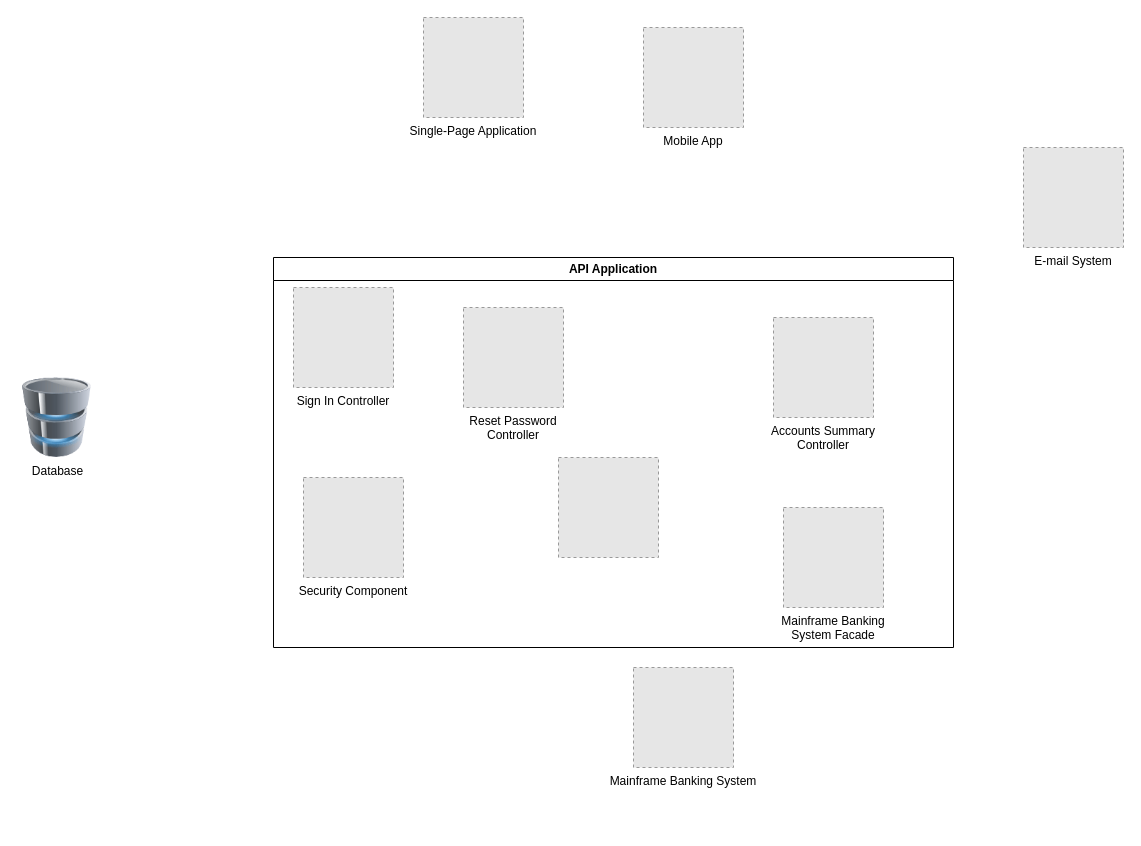
This is page "API Application Component Diagram" (3 of 4) of demos/internet-banking-system/internet-banking-system.drawio from Nasdanika-Models/architecture, a draw.io file, before an edit. Source tidied: cells renumbered, new cells numbered last; positions are measured from the earlier drawing's top-left corner, leaving out a move shared by most shapes. Both pictures are drawn from the tidied source at 100%, with x=0, y=0 at pixel (17, 17). Pictures stored in the file or linked from it are replaced by grey dashed boxes.
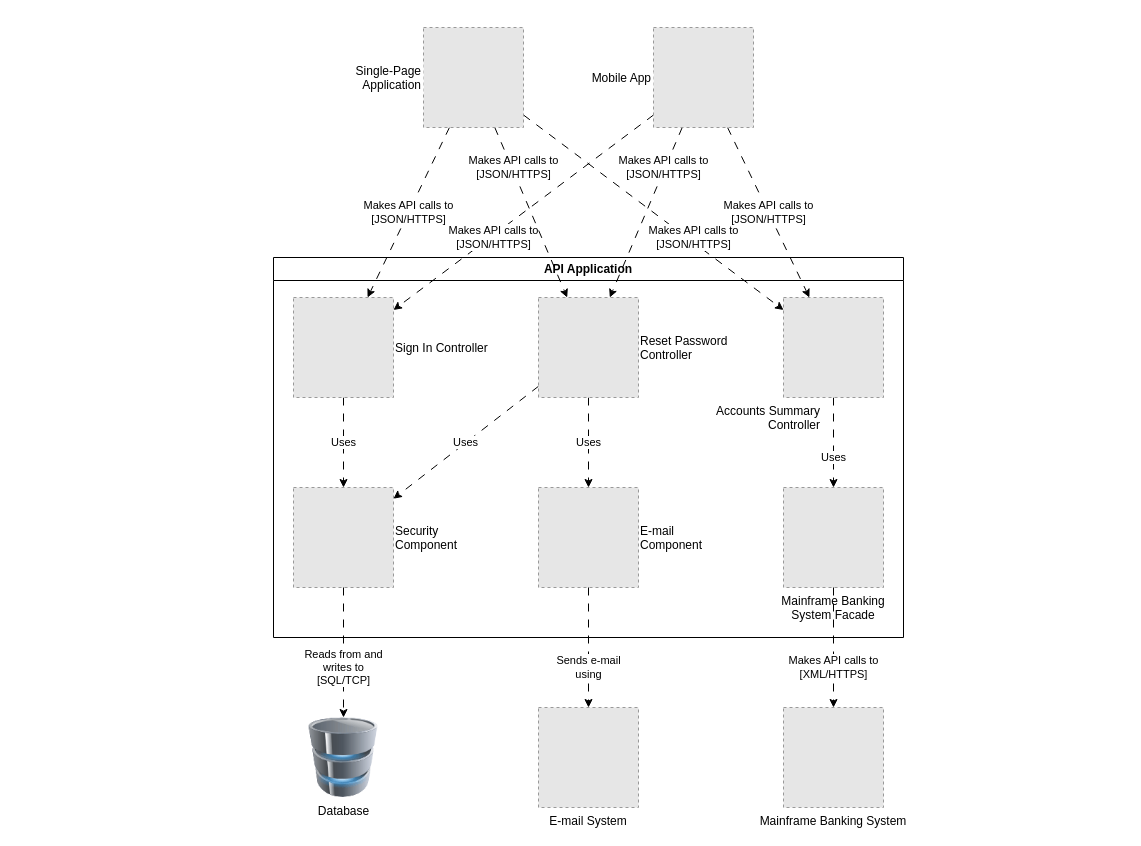
The same diagram, later.

Commit message:
All diagram elements, not doc or semntic id's yet

What changed in the source:
```diff
@@
     <mxCell id="2" value="Mainframe Banking System" style="fillColor=#E6E6E6;strokeColor=#999999;dashed=1;verticalLabelPosition=bottom;labelBackgroundColor=default;verticalAlign=top;" parent="1" vertex="1">
-      <mxGeometry x="616" y="650" width="100" height="100" as="geometry" />
+      <mxGeometry x="766" y="690" width="100" height="100" as="geometry" />
     </mxCell>
     <mxCell id="3" value="E-mail System" style="fillColor=#E6E6E6;strokeColor=#999999;dashed=1;verticalLabelPosition=bottom;labelBackgroundColor=default;verticalAlign=top;" parent="1" vertex="1">
-      <mxGeometry x="1006" y="130" width="100" height="100" as="geometry" />
+      <mxGeometry x="521" y="690" width="100" height="100" as="geometry" />
     </mxCell>
     <mxCell id="4" value="Database" style="image;html=1;image=img/lib/clip_art/computers/Database_128x128.png;" parent="1" vertex="1">
-      <mxGeometry x="-0.5" y="360" width="80" height="80" as="geometry" />
+      <mxGeometry x="286" y="700" width="80" height="80" as="geometry" />
     </mxCell>
     <mxCell id="5" value="API Application" style="swimlane;whiteSpace=wrap;html=1;" parent="1" vertex="1">
-      <mxGeometry x="256" y="240" width="680" height="390" as="geometry" />
+      <mxGeometry x="256" y="240" width="630" height="380" as="geometry" />
     </mxCell>
+    <mxCell id="14" value="Uses" style="edgeStyle=none;rounded=0;jettySize=auto;html=1;entryX=0.5;entryY=0;entryDx=0;entryDy=0;dashed=1;dashPattern=8 8;" parent="5" edge="1" source="6" target="8">
+      <mxGeometry relative="1" as="geometry" />
+    </mxCell>
-    <mxCell id="6" value="Sign In Controller" style="fillColor=#E6E6E6;strokeColor=#999999;dashed=1;verticalLabelPosition=bottom;labelBackgroundColor=default;verticalAlign=top;" parent="5" vertex="1">
-      <mxGeometry x="20" y="30" width="100" height="100" as="geometry" />
+    <mxCell id="6" value="Sign In Controller" style="fillColor=#E6E6E6;strokeColor=#999999;dashed=1;verticalLabelPosition=middle;labelBackgroundColor=default;verticalAlign=middle;labelPosition=right;align=left;" parent="5" vertex="1">
+      <mxGeometry x="20" y="40" width="100" height="100" as="geometry" />
     </mxCell>
     <mxCell id="7" value="Mainframe Banking&#10;System Facade" style="fillColor=#E6E6E6;strokeColor=#999999;dashed=1;verticalLabelPosition=bottom;labelBackgroundColor=default;verticalAlign=top;" parent="5" vertex="1">
-      <mxGeometry x="510" y="250" width="100" height="100" as="geometry" />
+      <mxGeometry x="510" y="230" width="100" height="100" as="geometry" />
     </mxCell>
-    <mxCell id="8" value="Security Component" style="fillColor=#E6E6E6;strokeColor=#999999;dashed=1;verticalLabelPosition=bottom;labelBackgroundColor=default;verticalAlign=top;" parent="5" vertex="1">
-      <mxGeometry x="30" y="220" width="100" height="100" as="geometry" />
+    <mxCell id="8" value="Security&#10;Component" style="fillColor=#E6E6E6;strokeColor=#999999;dashed=1;verticalLabelPosition=middle;labelBackgroundColor=default;verticalAlign=middle;labelPosition=right;align=left;" parent="5" vertex="1">
+      <mxGeometry x="20" y="230" width="100" height="100" as="geometry" />
     </mxCell>
+    <mxCell id="15" value="Uses" style="edgeStyle=none;rounded=0;jettySize=auto;html=1;dashed=1;dashPattern=8 8;" parent="5" edge="1" source="9" target="8">
+      <mxGeometry relative="1" as="geometry" />
+    </mxCell>
+    <mxCell id="16" value="Uses" style="edgeStyle=none;rounded=0;jettySize=auto;html=1;dashed=1;dashPattern=8 8;" parent="5" edge="1" source="9" target="11">
+      <mxGeometry relative="1" as="geometry" />
+    </mxCell>
-    <mxCell id="9" value="Reset Password&#10;Controller" style="fillColor=#E6E6E6;strokeColor=#999999;dashed=1;verticalLabelPosition=bottom;labelBackgroundColor=default;verticalAlign=top;" parent="5" vertex="1">
-      <mxGeometry x="190" y="50" width="100" height="100" as="geometry" />
+    <mxCell id="9" value="Reset Password&#10;Controller" style="fillColor=#E6E6E6;strokeColor=#999999;dashed=1;verticalLabelPosition=middle;labelBackgroundColor=default;verticalAlign=middle;labelPosition=right;align=left;" parent="5" vertex="1">
+      <mxGeometry x="265" y="40" width="100" height="100" as="geometry" />
     </mxCell>
+    <mxCell id="17" value="Uses" style="edgeStyle=none;rounded=0;jettySize=auto;html=1;dashed=1;dashPattern=8 8;" parent="5" edge="1" source="10" target="7">
+      <mxGeometry x="0.33" relative="1" as="geometry" />
+    </mxCell>
-    <mxCell id="10" value="Accounts Summary&#10;Controller" style="fillColor=#E6E6E6;strokeColor=#999999;dashed=1;verticalLabelPosition=bottom;labelBackgroundColor=default;verticalAlign=top;" parent="5" vertex="1">
-      <mxGeometry x="500" y="60" width="100" height="100" as="geometry" />
+    <mxCell id="10" value="Accounts Summary&#10;Controller" style="fillColor=#E6E6E6;strokeColor=#999999;dashed=1;verticalLabelPosition=bottom;labelBackgroundColor=default;verticalAlign=top;labelPosition=left;align=right;spacingLeft=0;spacingRight=-39;" parent="5" vertex="1">
+      <mxGeometry x="510" y="40" width="100" height="100" as="geometry" />
     </mxCell>
-    <mxCell id="11" style="fillColor=#E6E6E6;strokeColor=#999999;dashed=1;verticalLabelPosition=bottom;labelBackgroundColor=default;verticalAlign=top;" parent="5" vertex="1">
-      <mxGeometry x="285" y="200" width="100" height="100" as="geometry" />
+    <mxCell id="11" value="E-mail&#10;Component" style="fillColor=#E6E6E6;strokeColor=#999999;dashed=1;verticalLabelPosition=middle;labelBackgroundColor=default;verticalAlign=middle;labelPosition=right;align=left;" parent="5" vertex="1">
+      <mxGeometry x="265" y="230" width="100" height="100" as="geometry" />
     </mxCell>
+    <mxCell id="18" value="Makes API calls to&lt;br&gt;[JSON/HTTPS]" style="rounded=0;jettySize=auto;html=1;dashed=1;dashPattern=8 8;" parent="1" edge="1" source="12" target="6">
+      <mxGeometry relative="1" as="geometry" />
+    </mxCell>
+    <mxCell id="19" value="Makes API calls to&lt;br style=&quot;border-color: var(--border-color);&quot;&gt;[JSON/HTTPS]" style="edgeStyle=none;rounded=0;jettySize=auto;html=1;dashed=1;dashPattern=8 8;" parent="1" edge="1" source="12" target="9">
+      <mxGeometry x="-0.52" y="2" relative="1" as="geometry" />
+    </mxCell>
+    <mxCell id="20" value="Makes API calls to&lt;br style=&quot;border-color: var(--border-color);&quot;&gt;[JSON/HTTPS]" style="edgeStyle=none;rounded=0;jettySize=auto;html=1;dashed=1;dashPattern=8 8;" parent="1" edge="1" source="12" target="10">
+      <mxGeometry x="0.29" y="4" relative="1" as="geometry" />
+    </mxCell>
-    <mxCell id="12" value="Single-Page Application" style="fillColor=#E6E6E6;strokeColor=#999999;dashed=1;verticalLabelPosition=bottom;labelBackgroundColor=default;verticalAlign=top;" parent="1" vertex="1">
-      <mxGeometry x="406" width="100" height="100" as="geometry" />
+    <mxCell id="12" value="Single-Page&#10;Application" style="fillColor=#E6E6E6;strokeColor=#999999;dashed=1;verticalLabelPosition=middle;labelBackgroundColor=default;verticalAlign=middle;labelPosition=left;align=right;" parent="1" vertex="1">
+      <mxGeometry x="406" y="10" width="100" height="100" as="geometry" />
     </mxCell>
+    <mxCell id="21" value="Makes API calls to&lt;br style=&quot;border-color: var(--border-color);&quot;&gt;[JSON/HTTPS]" style="edgeStyle=none;rounded=0;jettySize=auto;html=1;dashed=1;dashPattern=8 8;" parent="1" edge="1" source="13" target="6">
+      <mxGeometry x="0.24" y="2" relative="1" as="geometry" />
+    </mxCell>
+    <mxCell id="22" value="Makes API calls to&lt;br style=&quot;border-color: var(--border-color);&quot;&gt;[JSON/HTTPS]" style="edgeStyle=none;rounded=0;jettySize=auto;html=1;dashed=1;dashPattern=8 8;" parent="1" edge="1" source="13" target="9">
+      <mxGeometry x="-0.52" y="-2" relative="1" as="geometry" />
+    </mxCell>
+    <mxCell id="23" value="Makes API calls to&lt;br style=&quot;border-color: var(--border-color);&quot;&gt;[JSON/HTTPS]" style="edgeStyle=none;rounded=0;jettySize=auto;html=1;dashed=1;dashPattern=8 8;" parent="1" edge="1" source="13" target="10">
+      <mxGeometry relative="1" as="geometry" />
+    </mxCell>
-    <mxCell id="13" value="Mobile App" style="fillColor=#E6E6E6;strokeColor=#999999;dashed=1;verticalLabelPosition=bottom;labelBackgroundColor=default;verticalAlign=top;" parent="1" vertex="1">
-      <mxGeometry x="626" y="10" width="100" height="100" as="geometry" />
+    <mxCell id="13" value="Mobile App" style="fillColor=#E6E6E6;strokeColor=#999999;dashed=1;verticalLabelPosition=middle;labelBackgroundColor=default;verticalAlign=middle;labelPosition=left;align=right;" parent="1" vertex="1">
+      <mxGeometry x="636" y="10" width="100" height="100" as="geometry" />
     </mxCell>
+    <mxCell id="24" value="Reads from and&lt;br&gt;writes to&lt;br&gt;[SQL/TCP]" style="edgeStyle=none;rounded=0;jettySize=auto;html=1;dashed=1;dashPattern=8 8;" parent="1" edge="1" source="8" target="4">
+      <mxGeometry x="0.23" relative="1" as="geometry" />
+    </mxCell>
+    <mxCell id="25" value="Sends e-mail&lt;br&gt;using" style="edgeStyle=none;rounded=0;jettySize=auto;html=1;dashed=1;dashPattern=8 8;" parent="1" edge="1" source="11" target="3">
+      <mxGeometry x="0.33" relative="1" as="geometry" />
+    </mxCell>
+    <mxCell id="26" value="Makes API calls to&lt;br&gt;[XML/HTTPS]" style="edgeStyle=none;rounded=0;jettySize=auto;html=1;dashed=1;dashPattern=8 8;" parent="1" edge="1" source="7" target="2">
+      <mxGeometry x="0.33" relative="1" as="geometry" />
+    </mxCell>
```
